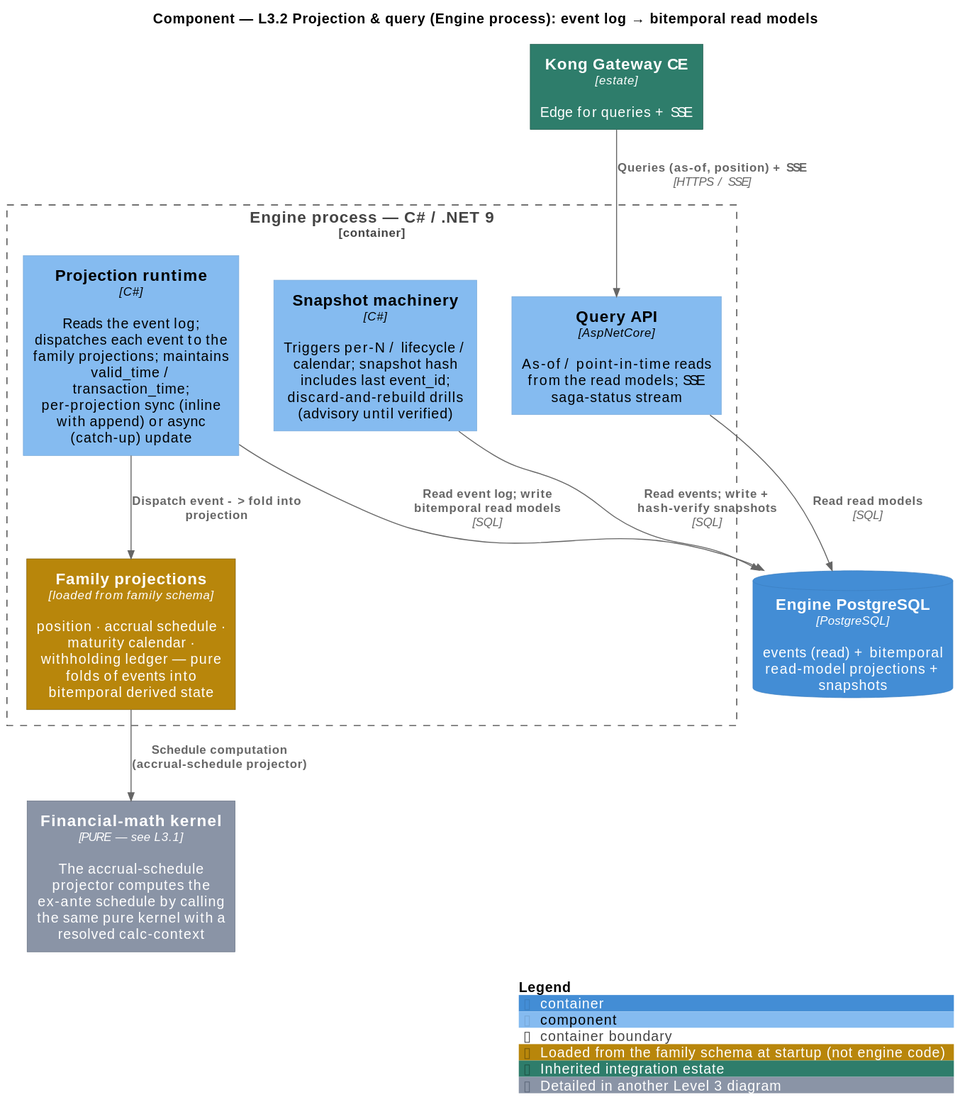
This is docs/product-management/product_concepts/diagrams/c4-l3-projection-query.svg from jhosm/archie, a PlantUML export, as it was before one commit. Source of this version:
```plantuml
@startuml
!include <C4/C4_Component>

AddElementTag("family", $bgColor="#B8860B", $fontColor="#FFFFFF", $borderColor="#7A5B08", $legendText="Loaded from the family schema at startup (not engine code)")
AddElementTag("estate", $bgColor="#2E7D6B", $fontColor="#FFFFFF", $borderColor="#1F5749", $legendText="Inherited integration estate")
AddElementTag("ref", $bgColor="#8A94A6", $fontColor="#FFFFFF", $borderColor="#5F6A7D", $legendText="Detailed in another Level 3 diagram")

title Component — L3.2 Projection & query (Engine process): event log → bitemporal read models

Container(kong, "Kong Gateway CE", "estate", "Edge for queries + SSE", $tags="estate")

Container_Boundary(engine, "Engine process — C# / .NET 9") {
  Component(projrt, "Projection runtime", "C#", "Reads the event log; dispatches each event to the family projections; maintains valid_time / transaction_time; per-projection sync (inline with append) or async (catch-up) update")
  Component(projectors, "Family projections", "loaded from family schema", "position · accrual schedule · maturity calendar · withholding ledger — pure folds of events into bitemporal derived state", $tags="family")
  Component(snap, "Snapshot machinery", "C#", "Triggers per-N / lifecycle / calendar; snapshot hash includes last event_id; discard-and-rebuild drills (advisory until verified)")
  Component(queryapi, "Query API", "AspNetCore", "As-of / point-in-time reads from the read models; SSE saga-status stream")
}

Component(kernel, "Financial-math kernel", "PURE — see L3.1", "The accrual-schedule projector computes the ex-ante schedule by calling the same pure kernel with a resolved calc-context", $tags="ref")
ContainerDb(pg, "Engine PostgreSQL", "PostgreSQL", "events (read) + bitemporal read-model projections + snapshots")

Rel(kong, queryapi, "Queries (as-of, position) + SSE", "HTTPS / SSE")
Rel(projrt, pg, "Read event log; write bitemporal read models", "SQL")
Rel(projrt, projectors, "Dispatch event -> fold into projection")
Rel(projectors, kernel, "Schedule computation (accrual-schedule projector)")
Rel(snap, pg, "Read events; write + hash-verify snapshots", "SQL")
Rel(queryapi, pg, "Read read models", "SQL")

SHOW_LEGEND()
@enduml
```
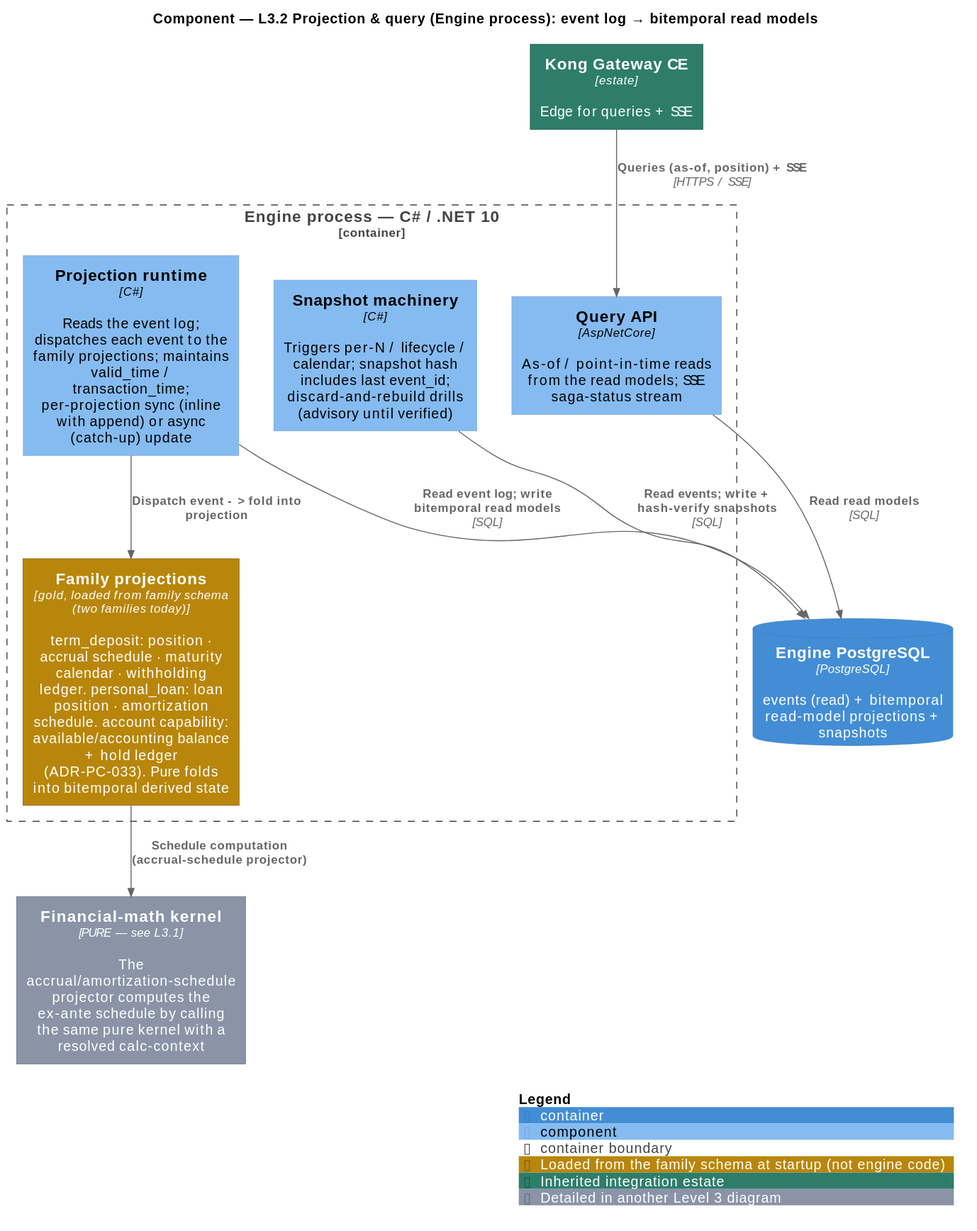
The same file after the commit.

Diff of the diagram source:
```diff
@@ -9,14 +9,14 @@
 
 Container(kong, "Kong Gateway CE", "estate", "Edge for queries + SSE", $tags="estate")
 
-Container_Boundary(engine, "Engine process — C# / .NET 9") {
+Container_Boundary(engine, "Engine process — C# / .NET 10") {
   Component(projrt, "Projection runtime", "C#", "Reads the event log; dispatches each event to the family projections; maintains valid_time / transaction_time; per-projection sync (inline with append) or async (catch-up) update")
-  Component(projectors, "Family projections", "loaded from family schema", "position · accrual schedule · maturity calendar · withholding ledger — pure folds of events into bitemporal derived state", $tags="family")
+  Component(projectors, "Family projections", "gold, loaded from family schema (two families today)", "term_deposit: position · accrual schedule · maturity calendar · withholding ledger. personal_loan: loan position · amortization schedule. account capability: available/accounting balance + hold ledger (ADR-PC-033). Pure folds into bitemporal derived state", $tags="family")
   Component(snap, "Snapshot machinery", "C#", "Triggers per-N / lifecycle / calendar; snapshot hash includes last event_id; discard-and-rebuild drills (advisory until verified)")
   Component(queryapi, "Query API", "AspNetCore", "As-of / point-in-time reads from the read models; SSE saga-status stream")
 }
 
-Component(kernel, "Financial-math kernel", "PURE — see L3.1", "The accrual-schedule projector computes the ex-ante schedule by calling the same pure kernel with a resolved calc-context", $tags="ref")
+Component(kernel, "Financial-math kernel", "PURE — see L3.1", "The accrual/amortization-schedule projector computes the ex-ante schedule by calling the same pure kernel with a resolved calc-context", $tags="ref")
 ContainerDb(pg, "Engine PostgreSQL", "PostgreSQL", "events (read) + bitemporal read-model projections + snapshots")
 
 Rel(kong, queryapi, "Queries (as-of, position) + SSE", "HTTPS / SSE")
```
